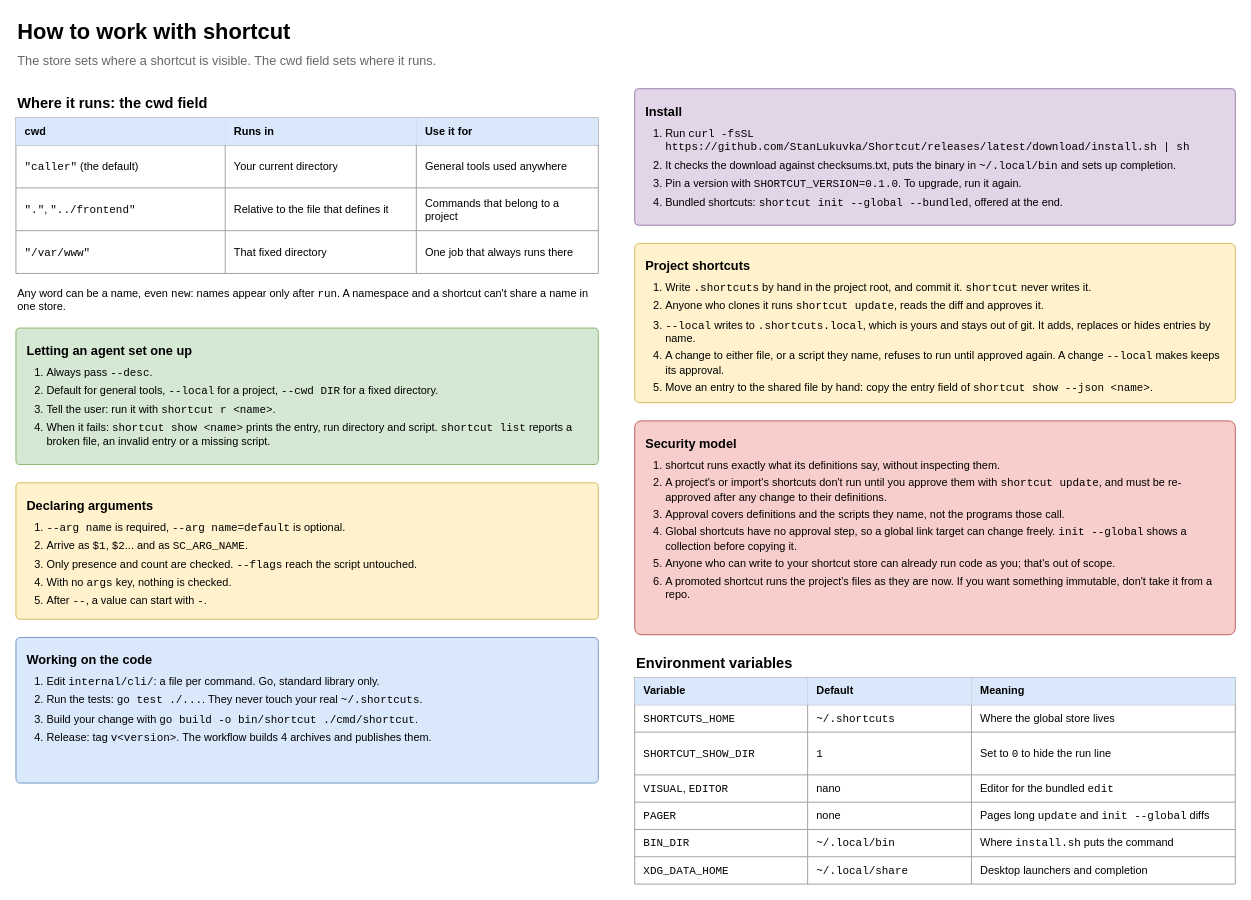
Above: page "3 Working with it" (3 of 5) of docs/shortcut-overview.drawio in StanLukuvka/Shortcut (draw.io), before the change. Source tidied: cells renumbered, new cells numbered last; positions are measured from the earlier drawing's top-left corner, leaving out a move shared by most shapes. Both pictures are drawn from the tidied source at 91%, with x=0, y=0 at pixel (15, 15).
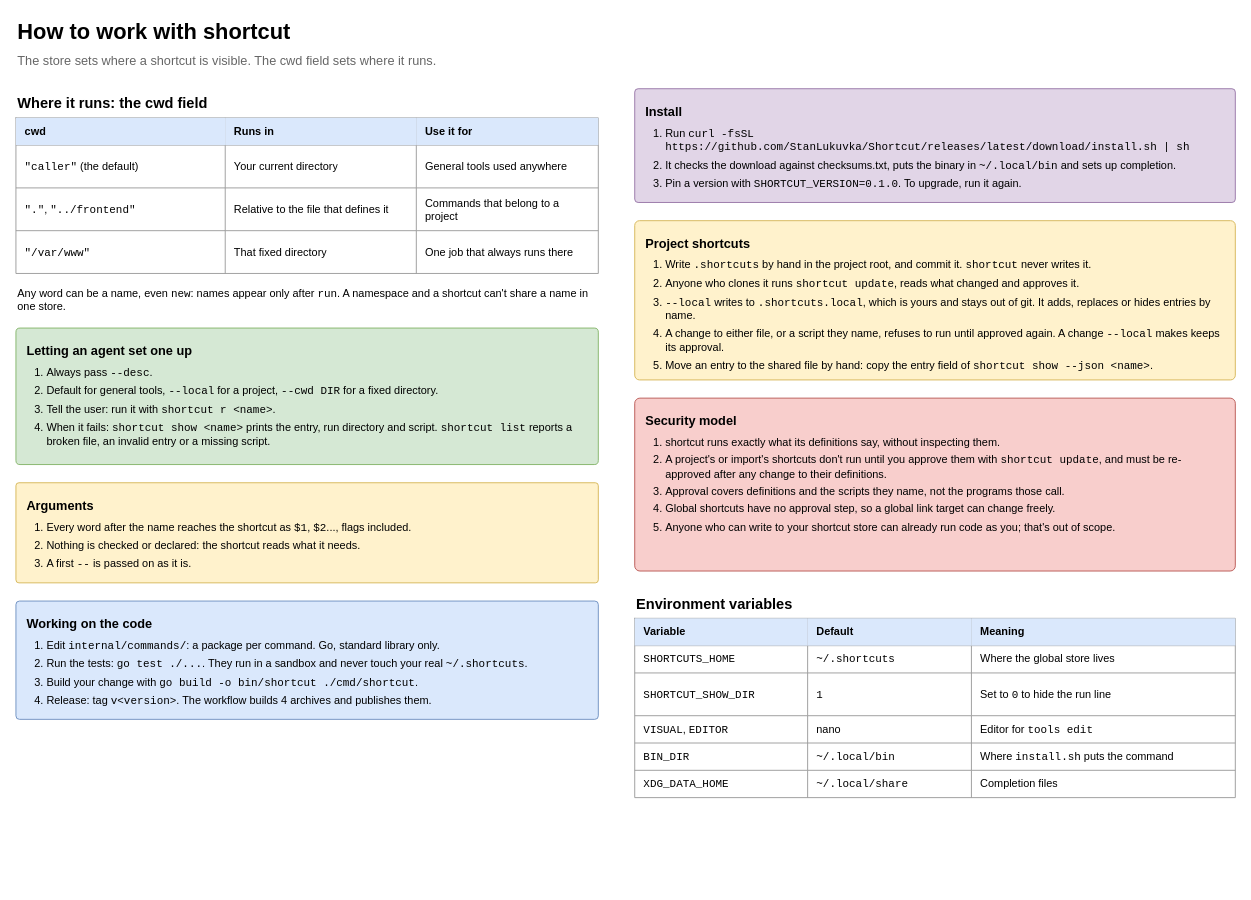
The same diagram, later.

Commit message (it also covers changes not shown here):
Update the overview diagram to the current commands, layout and CI

The change refers to these unchanged cells:
```xml
<mxCell id="43" style="shape=tableRow;horizontal=0;startSize=0;swimlaneHead=0;swimlaneBody=0;strokeColor=inherit;top=0;left=0;bottom=0;right=0;fillColor=none;html=1;" parent="30" vertex="1">
  <mxGeometry y="107" width="660" height="30" as="geometry" />
</mxCell>
```

The edit, as a diff of the source:
```diff
@@
-    <mxCell id="23" value="&lt;b style='font-size:14px'&gt;Install&lt;/b&gt;&lt;ol style='margin:8px 0 0 0;padding-left:22px'&gt;&lt;li style='margin-bottom:5px'&gt;Run &lt;font face=&quot;monospace&quot;&gt;curl -fsSL https://github.com/StanLukuvka/Shortcut/releases/latest/download/install.sh | sh&lt;/font&gt;&lt;/li&gt;&lt;li style='margin-bottom:5px'&gt;It checks the download against checksums.txt, puts the binary in &lt;font face=&quot;monospace&quot;&gt;~/.local/bin&lt;/font&gt; and sets up completion.&lt;/li&gt;&lt;li style='margin-bottom:5px'&gt;Pin a version with &lt;font face=&quot;monospace&quot;&gt;SHORTCUT_VERSION=0.1.0&lt;/font&gt;. To upgrade, run it again.&lt;/li&gt;&lt;li style='margin-bottom:5px'&gt;Bundled shortcuts: &lt;font face=&quot;monospace&quot;&gt;shortcut init --global --bundled&lt;/font&gt;, offered at the end.&lt;/li&gt;&lt;/ol&gt;" style="rounded=1;whiteSpace=wrap;html=1;arcSize=3;fillColor=#e1d5e7;strokeColor=#9673a6;fontSize=12;align=left;verticalAlign=top;spacing=12;" parent="1" vertex="1">
-      <mxGeometry x="680" y="80" width="660" height="150" as="geometry" />
+    <mxCell id="23" value="&lt;b style='font-size:14px'&gt;Install&lt;/b&gt;&lt;ol style='margin:8px 0 0 0;padding-left:22px'&gt;&lt;li style='margin-bottom:5px'&gt;Run &lt;font face=&quot;monospace&quot;&gt;curl -fsSL https://github.com/StanLukuvka/Shortcut/releases/latest/download/install.sh | sh&lt;/font&gt;&lt;/li&gt;&lt;li style='margin-bottom:5px'&gt;It checks the download against checksums.txt, puts the binary in &lt;font face=&quot;monospace&quot;&gt;~/.local/bin&lt;/font&gt; and sets up completion.&lt;/li&gt;&lt;li style='margin-bottom:5px'&gt;Pin a version with &lt;font face=&quot;monospace&quot;&gt;SHORTCUT_VERSION=0.1.0&lt;/font&gt;. To upgrade, run it again.&lt;/li&gt;&lt;/ol&gt;" style="rounded=1;whiteSpace=wrap;html=1;arcSize=3;fillColor=#e1d5e7;strokeColor=#9673a6;fontSize=12;align=left;verticalAlign=top;spacing=12;" parent="1" vertex="1">
+      <mxGeometry x="680" y="80" width="660" height="125" as="geometry" />
     </mxCell>
-    <mxCell id="24" value="&lt;b style='font-size:14px'&gt;Project shortcuts&lt;/b&gt;&lt;ol style='margin:8px 0 0 0;padding-left:22px'&gt;&lt;li style='margin-bottom:5px'&gt;Write &lt;font face=&quot;monospace&quot;&gt;.shortcuts&lt;/font&gt; by hand in the project root, and commit it. &lt;font face=&quot;monospace&quot;&gt;shortcut&lt;/font&gt; never writes it.&lt;/li&gt;&lt;li style='margin-bottom:5px'&gt;Anyone who clones it runs &lt;font face=&quot;monospace&quot;&gt;shortcut update&lt;/font&gt;, reads the diff and approves it.&lt;/li&gt;&lt;li style='margin-bottom:5px'&gt;&lt;font face=&quot;monospace&quot;&gt;--local&lt;/font&gt; writes to &lt;font face=&quot;monospace&quot;&gt;.shortcuts.local&lt;/font&gt;, which is yours and stays out of git. It adds, replaces or hides entries by name.&lt;/li&gt;&lt;li style='margin-bottom:5px'&gt;A change to either file, or a script they name, refuses to run until approved again. A change &lt;font face=&quot;monospace&quot;&gt;--local&lt;/font&gt; makes keeps its approval.&lt;/li&gt;&lt;li style='margin-bottom:5px'&gt;Move an entry to the shared file by hand: copy the entry field of &lt;font face=&quot;monospace&quot;&gt;shortcut show --json &amp;lt;name&amp;gt;&lt;/font&gt;.&lt;/li&gt;&lt;/ol&gt;" style="rounded=1;whiteSpace=wrap;html=1;arcSize=3;fillColor=#fff2cc;strokeColor=#d6b656;fontSize=12;align=left;verticalAlign=top;spacing=12;" parent="1" vertex="1">
-      <mxGeometry x="680" y="250" width="660" height="175" as="geometry" />
+    <mxCell id="24" value="&lt;b style='font-size:14px'&gt;Project shortcuts&lt;/b&gt;&lt;ol style='margin:8px 0 0 0;padding-left:22px'&gt;&lt;li style='margin-bottom:5px'&gt;Write &lt;font face=&quot;monospace&quot;&gt;.shortcuts&lt;/font&gt; by hand in the project root, and commit it. &lt;font face=&quot;monospace&quot;&gt;shortcut&lt;/font&gt; never writes it.&lt;/li&gt;&lt;li style='margin-bottom:5px'&gt;Anyone who clones it runs &lt;font face=&quot;monospace&quot;&gt;shortcut update&lt;/font&gt;, reads what changed and approves it.&lt;/li&gt;&lt;li style='margin-bottom:5px'&gt;&lt;font face=&quot;monospace&quot;&gt;--local&lt;/font&gt; writes to &lt;font face=&quot;monospace&quot;&gt;.shortcuts.local&lt;/font&gt;, which is yours and stays out of git. It adds, replaces or hides entries by name.&lt;/li&gt;&lt;li style='margin-bottom:5px'&gt;A change to either file, or a script they name, refuses to run until approved again. A change &lt;font face=&quot;monospace&quot;&gt;--local&lt;/font&gt; makes keeps its approval.&lt;/li&gt;&lt;li style='margin-bottom:5px'&gt;Move an entry to the shared file by hand: copy the entry field of &lt;font face=&quot;monospace&quot;&gt;shortcut show --json &amp;lt;name&amp;gt;&lt;/font&gt;.&lt;/li&gt;&lt;/ol&gt;" style="rounded=1;whiteSpace=wrap;html=1;arcSize=3;fillColor=#fff2cc;strokeColor=#d6b656;fontSize=12;align=left;verticalAlign=top;spacing=12;" parent="1" vertex="1">
+      <mxGeometry x="680" y="225" width="660" height="175" as="geometry" />
     </mxCell>
-    <mxCell id="25" value="&lt;b style='font-size:14px'&gt;Security model&lt;/b&gt;&lt;ol style='margin:8px 0 0 0;padding-left:22px'&gt;&lt;li style='margin-bottom:5px'&gt;shortcut runs exactly what its definitions say, without inspecting them.&lt;/li&gt;&lt;li style='margin-bottom:5px'&gt;A project's or import's shortcuts don't run until you approve them with &lt;font face=&quot;monospace&quot;&gt;shortcut update&lt;/font&gt;, and must be re-approved after any change to their definitions.&lt;/li&gt;&lt;li style='margin-bottom:5px'&gt;Approval covers definitions and the scripts they name, not the programs those call.&lt;/li&gt;&lt;li style='margin-bottom:5px'&gt;Global shortcuts have no approval step, so a global link target can change freely. &lt;font face=&quot;monospace&quot;&gt;init --global&lt;/font&gt; shows a collection before copying it.&lt;/li&gt;&lt;li style='margin-bottom:5px'&gt;Anyone who can write to your shortcut store can already run code as you; that's out of scope.&lt;/li&gt;&lt;li style='margin-bottom:5px'&gt;A promoted shortcut runs the project's files as they are now. If you want something immutable, don't take it from a repo.&lt;/li&gt;&lt;/ol&gt;" style="rounded=1;whiteSpace=wrap;html=1;arcSize=3;fillColor=#f8cecc;strokeColor=#b85450;fontSize=12;align=left;verticalAlign=top;spacing=12;" parent="1" vertex="1">
-      <mxGeometry x="680" y="445" width="660" height="235" as="geometry" />
+    <mxCell id="25" value="&lt;b style='font-size:14px'&gt;Security model&lt;/b&gt;&lt;ol style='margin:8px 0 0 0;padding-left:22px'&gt;&lt;li style='margin-bottom:5px'&gt;shortcut runs exactly what its definitions say, without inspecting them.&lt;/li&gt;&lt;li style='margin-bottom:5px'&gt;A project's or import's shortcuts don't run until you approve them with &lt;font face=&quot;monospace&quot;&gt;shortcut update&lt;/font&gt;, and must be re-approved after any change to their definitions.&lt;/li&gt;&lt;li style='margin-bottom:5px'&gt;Approval covers definitions and the scripts they name, not the programs those call.&lt;/li&gt;&lt;li style='margin-bottom:5px'&gt;Global shortcuts have no approval step, so a global link target can change freely.&lt;/li&gt;&lt;li style='margin-bottom:5px'&gt;Anyone who can write to your shortcut store can already run code as you; that's out of scope.&lt;/li&gt;&lt;/ol&gt;" style="rounded=1;whiteSpace=wrap;html=1;arcSize=3;fillColor=#f8cecc;strokeColor=#b85450;fontSize=12;align=left;verticalAlign=top;spacing=12;" parent="1" vertex="1">
+      <mxGeometry x="680" y="420" width="660" height="190" as="geometry" />
     </mxCell>
@@
-    <mxCell id="27" value="&lt;b style='font-size:14px'&gt;Declaring arguments&lt;/b&gt;&lt;ol style='margin:8px 0 0 0;padding-left:22px'&gt;&lt;li style='margin-bottom:5px'&gt;&lt;font face=&quot;monospace&quot;&gt;--arg name&lt;/font&gt; is required, &lt;font face=&quot;monospace&quot;&gt;--arg name=default&lt;/font&gt; is optional.&lt;/li&gt;&lt;li style='margin-bottom:5px'&gt;Arrive as &lt;font face=&quot;monospace&quot;&gt;$1&lt;/font&gt;, &lt;font face=&quot;monospace&quot;&gt;$2&lt;/font&gt;... and as &lt;font face=&quot;monospace&quot;&gt;SC_ARG_NAME&lt;/font&gt;.&lt;/li&gt;&lt;li style='margin-bottom:5px'&gt;Only presence and count are checked. &lt;font face=&quot;monospace&quot;&gt;--flags&lt;/font&gt; reach the script untouched.&lt;/li&gt;&lt;li style='margin-bottom:5px'&gt;With no &lt;font face=&quot;monospace&quot;&gt;args&lt;/font&gt; key, nothing is checked.&lt;/li&gt;&lt;li style='margin-bottom:5px'&gt;After &lt;font face=&quot;monospace&quot;&gt;--&lt;/font&gt;, a value can start with &lt;font face=&quot;monospace&quot;&gt;-&lt;/font&gt;.&lt;/li&gt;&lt;/ol&gt;" style="rounded=1;whiteSpace=wrap;html=1;arcSize=3;fillColor=#fff2cc;strokeColor=#d6b656;fontSize=12;align=left;verticalAlign=top;spacing=12;" parent="1" vertex="1">
-      <mxGeometry y="513" width="640" height="150" as="geometry" />
+    <mxCell id="27" value="&lt;b style='font-size:14px'&gt;Arguments&lt;/b&gt;&lt;ol style='margin:8px 0 0 0;padding-left:22px'&gt;&lt;li style='margin-bottom:5px'&gt;Every word after the name reaches the shortcut as &lt;font face=&quot;monospace&quot;&gt;$1&lt;/font&gt;, &lt;font face=&quot;monospace&quot;&gt;$2&lt;/font&gt;..., flags included.&lt;/li&gt;&lt;li style='margin-bottom:5px'&gt;Nothing is checked or declared: the shortcut reads what it needs.&lt;/li&gt;&lt;li style='margin-bottom:5px'&gt;A first &lt;font face=&quot;monospace&quot;&gt;--&lt;/font&gt; is passed on as it is.&lt;/li&gt;&lt;/ol&gt;" style="rounded=1;whiteSpace=wrap;html=1;arcSize=3;fillColor=#fff2cc;strokeColor=#d6b656;fontSize=12;align=left;verticalAlign=top;spacing=12;" parent="1" vertex="1">
+      <mxGeometry y="513" width="640" height="110" as="geometry" />
     </mxCell>
-    <mxCell id="28" value="&lt;b style='font-size:14px'&gt;Working on the code&lt;/b&gt;&lt;ol style='margin:8px 0 0 0;padding-left:22px'&gt;&lt;li style='margin-bottom:5px'&gt;Edit &lt;font face=&quot;monospace&quot;&gt;internal/cli/&lt;/font&gt;: a file per command. Go, standard library only.&lt;/li&gt;&lt;li style='margin-bottom:5px'&gt;Run the tests: &lt;font face=&quot;monospace&quot;&gt;go test ./...&lt;/font&gt;. They never touch your real &lt;font face=&quot;monospace&quot;&gt;~/.shortcuts&lt;/font&gt;.&lt;/li&gt;&lt;li style='margin-bottom:5px'&gt;Build your change with &lt;font face=&quot;monospace&quot;&gt;go build -o bin/shortcut ./cmd/shortcut&lt;/font&gt;.&lt;/li&gt;&lt;li style='margin-bottom:5px'&gt;Release: tag &lt;font face=&quot;monospace&quot;&gt;v&amp;lt;version&amp;gt;&lt;/font&gt;. The workflow builds 4 archives and publishes them.&lt;/li&gt;&lt;/ol&gt;" style="rounded=1;whiteSpace=wrap;html=1;arcSize=3;fillColor=#dae8fc;strokeColor=#6c8ebf;fontSize=12;align=left;verticalAlign=top;spacing=12;" parent="1" vertex="1">
-      <mxGeometry y="683" width="640" height="160" as="geometry" />
+    <mxCell id="28" value="&lt;b style='font-size:14px'&gt;Working on the code&lt;/b&gt;&lt;ol style='margin:8px 0 0 0;padding-left:22px'&gt;&lt;li style='margin-bottom:5px'&gt;Edit &lt;font face=&quot;monospace&quot;&gt;internal/commands/&lt;/font&gt;: a package per command. Go, standard library only.&lt;/li&gt;&lt;li style='margin-bottom:5px'&gt;Run the tests: &lt;font face=&quot;monospace&quot;&gt;go test ./...&lt;/font&gt;. They run in a sandbox and never touch your real &lt;font face=&quot;monospace&quot;&gt;~/.shortcuts&lt;/font&gt;.&lt;/li&gt;&lt;li style='margin-bottom:5px'&gt;Build your change with &lt;font face=&quot;monospace&quot;&gt;go build -o bin/shortcut ./cmd/shortcut&lt;/font&gt;.&lt;/li&gt;&lt;li style='margin-bottom:5px'&gt;Release: tag &lt;font face=&quot;monospace&quot;&gt;v&amp;lt;version&amp;gt;&lt;/font&gt;. The workflow builds 4 archives and publishes them.&lt;/li&gt;&lt;/ol&gt;" style="rounded=1;whiteSpace=wrap;html=1;arcSize=3;fillColor=#dae8fc;strokeColor=#6c8ebf;fontSize=12;align=left;verticalAlign=top;spacing=12;" parent="1" vertex="1">
+      <mxGeometry y="643" width="640" height="130" as="geometry" />
     </mxCell>
     <mxCell id="29" value="&lt;b&gt;Environment variables&lt;/b&gt;" style="text;html=1;align=left;fontSize=16;strokeColor=none;fillColor=none;" parent="1" vertex="1">
-      <mxGeometry x="680" y="695" width="640" height="28" as="geometry" />
+      <mxGeometry x="680" y="630" width="640" height="28" as="geometry" />
     </mxCell>
     <mxCell id="30" style="shape=table;startSize=0;childLayout=tableLayout;strokeColor=#999999;fontSize=12;html=1;" parent="1" vertex="1">
-      <mxGeometry x="680" y="727" width="660" height="227" as="geometry" />
+      <mxGeometry x="680" y="662" width="660" height="197" as="geometry" />
     </mxCell>
@@
-    <mxCell id="46" value="Editor for the bundled &lt;font face=&quot;monospace&quot;&gt;edit&lt;/font&gt;" style="shape=partialRectangle;html=1;whiteSpace=wrap;strokeColor=inherit;overflow=hidden;fillColor=none;top=0;left=0;bottom=0;right=0;align=left;verticalAlign=middle;spacingLeft=8;spacingRight=6;fontSize=12;" parent="43" vertex="1">
+    <mxCell id="46" value="Editor for &lt;font face=&quot;monospace&quot;&gt;tools edit&lt;/font&gt;" style="shape=partialRectangle;html=1;whiteSpace=wrap;strokeColor=inherit;overflow=hidden;fillColor=none;top=0;left=0;bottom=0;right=0;align=left;verticalAlign=middle;spacingLeft=8;spacingRight=6;fontSize=12;" parent="43" vertex="1">
       <mxGeometry x="370" width="290" height="30" as="geometry" />
     </mxCell>
-    <mxCell id="47" style="shape=tableRow;horizontal=0;startSize=0;swimlaneHead=0;swimlaneBody=0;strokeColor=inherit;top=0;left=0;bottom=0;right=0;fillColor=none;html=1;" parent="30" vertex="1">
-      <mxGeometry y="137" width="660" height="30" as="geometry" />
-    </mxCell>
-    <mxCell id="48" value="&lt;font face=&quot;monospace&quot;&gt;PAGER&lt;/font&gt;" style="shape=partialRectangle;html=1;whiteSpace=wrap;strokeColor=inherit;overflow=hidden;fillColor=none;top=0;left=0;bottom=0;right=0;align=left;verticalAlign=middle;spacingLeft=8;spacingRight=6;fontSize=12;" parent="47" vertex="1">
-      <mxGeometry width="190" height="30" as="geometry" />
-    </mxCell>
-    <mxCell id="49" value="none" style="shape=partialRectangle;html=1;whiteSpace=wrap;strokeColor=inherit;overflow=hidden;fillColor=none;top=0;left=0;bottom=0;right=0;align=left;verticalAlign=middle;spacingLeft=8;spacingRight=6;fontSize=12;" parent="47" vertex="1">
-      <mxGeometry x="190" width="180" height="30" as="geometry" />
-    </mxCell>
-    <mxCell id="50" value="Pages long &lt;font face=&quot;monospace&quot;&gt;update&lt;/font&gt; and &lt;font face=&quot;monospace&quot;&gt;init --global&lt;/font&gt; diffs" style="shape=partialRectangle;html=1;whiteSpace=wrap;strokeColor=inherit;overflow=hidden;fillColor=none;top=0;left=0;bottom=0;right=0;align=left;verticalAlign=middle;spacingLeft=8;spacingRight=6;fontSize=12;" parent="47" vertex="1">
-      <mxGeometry x="370" width="290" height="30" as="geometry" />
-    </mxCell>
     <mxCell id="51" style="shape=tableRow;horizontal=0;startSize=0;swimlaneHead=0;swimlaneBody=0;strokeColor=inherit;top=0;left=0;bottom=0;right=0;fillColor=none;html=1;" parent="30" vertex="1">
-      <mxGeometry y="167" width="660" height="30" as="geometry" />
+      <mxGeometry y="137" width="660" height="30" as="geometry" />
     </mxCell>
@@
     <mxCell id="55" style="shape=tableRow;horizontal=0;startSize=0;swimlaneHead=0;swimlaneBody=0;strokeColor=inherit;top=0;left=0;bottom=0;right=0;fillColor=none;html=1;" parent="30" vertex="1">
-      <mxGeometry y="197" width="660" height="30" as="geometry" />
+      <mxGeometry y="167" width="660" height="30" as="geometry" />
     </mxCell>
@@
-    <mxCell id="58" value="Desktop launchers and completion" style="shape=partialRectangle;html=1;whiteSpace=wrap;strokeColor=inherit;overflow=hidden;fillColor=none;top=0;left=0;bottom=0;right=0;align=left;verticalAlign=middle;spacingLeft=8;spacingRight=6;fontSize=12;" parent="55" vertex="1">
+    <mxCell id="58" value="Completion files" style="shape=partialRectangle;html=1;whiteSpace=wrap;strokeColor=inherit;overflow=hidden;fillColor=none;top=0;left=0;bottom=0;right=0;align=left;verticalAlign=middle;spacingLeft=8;spacingRight=6;fontSize=12;" parent="55" vertex="1">
       <mxGeometry x="370" width="290" height="30" as="geometry" />
     </mxCell>
```
